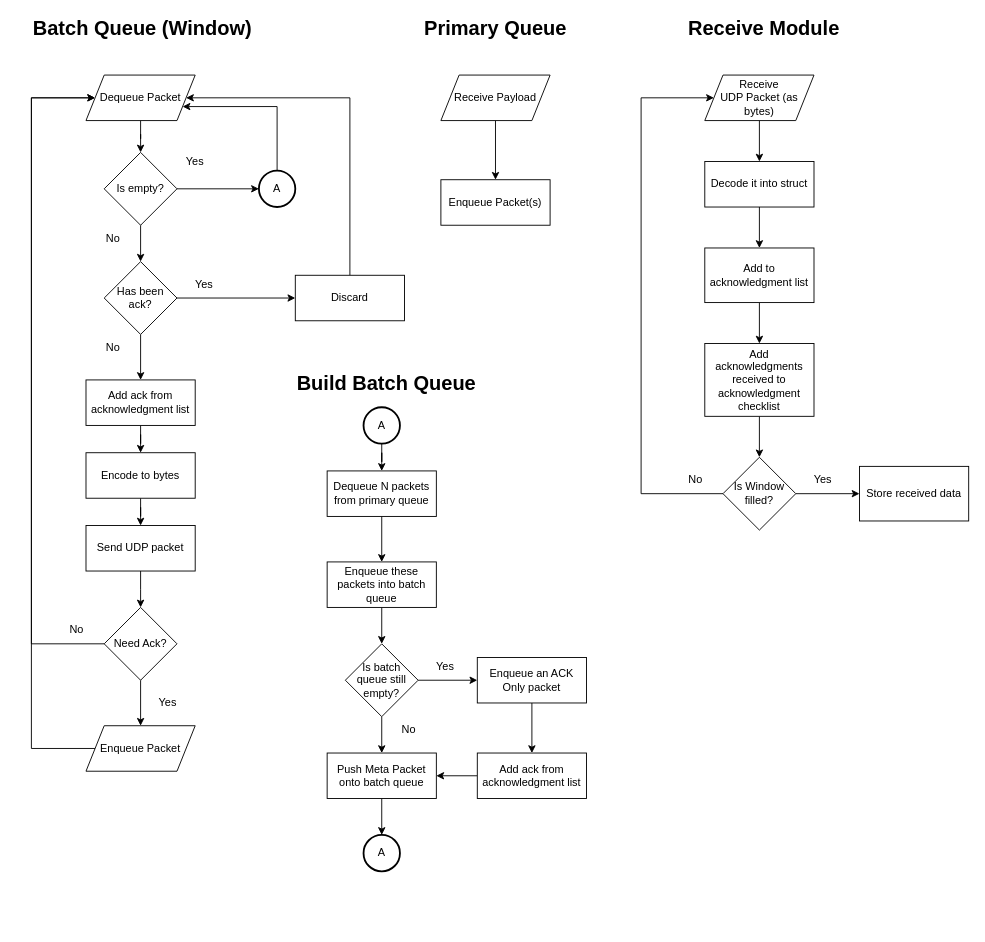
The draw.io diagram page "Queue" (3 of 4) of Software-Architecture.drawio in Prototype-Aether/Prototype-Aether, before the edit. Source tidied: cells renumbered, new cells numbered last; positions are measured from the earlier drawing's top-left corner, leaving out a move shared by most shapes. Both pictures are drawn from the tidied source at 91%, with x=0, y=0 at pixel (31, 15).
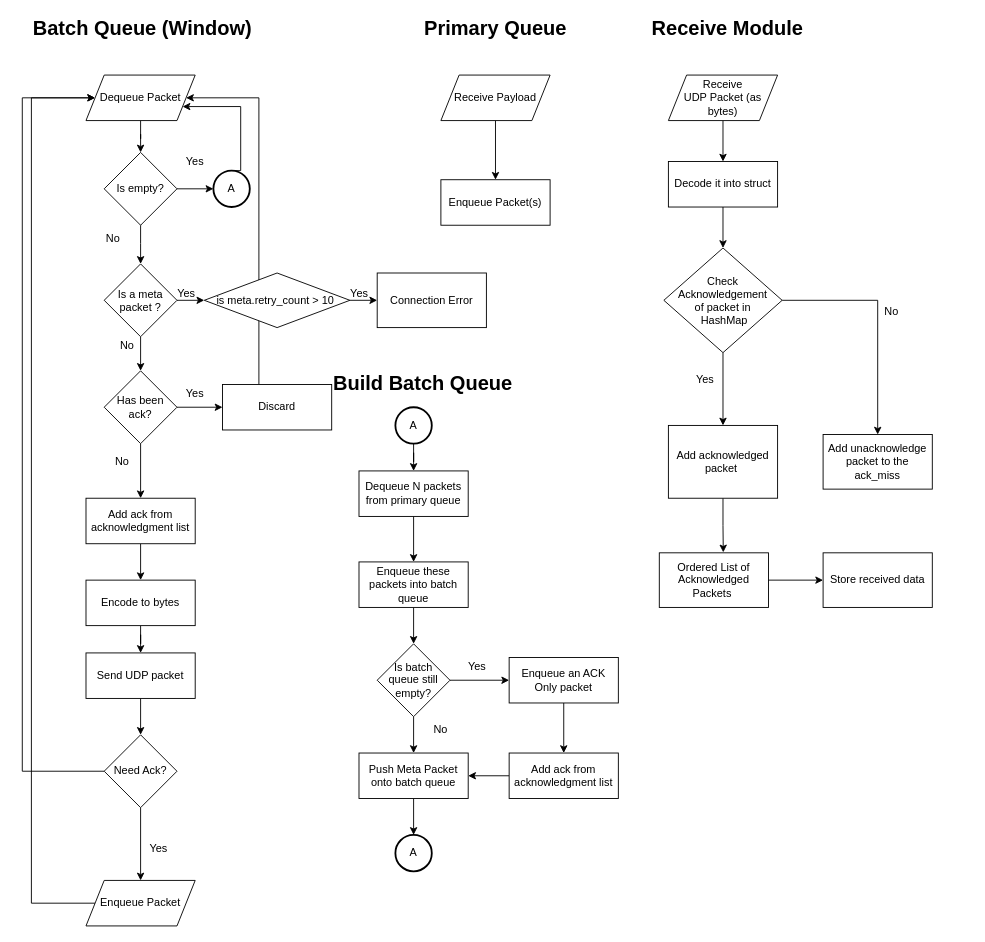
After the change.

Unchanged cells that the change refers to:
```xml
<mxCell id="3" value="Dequeue Packet" style="shape=parallelogram;perimeter=parallelogramPerimeter;whiteSpace=wrap;html=1;fixedSize=1;" parent="1" vertex="1">
  <mxGeometry x="60" y="65" width="120" height="50" as="geometry" />
</mxCell>
<mxCell id="19" value="Is empty?" style="rhombus;whiteSpace=wrap;html=1;" parent="1" vertex="1">
  <mxGeometry x="80" y="150" width="80" height="80" as="geometry" />
</mxCell>
<mxCell id="20" value="No" style="text;html=1;strokeColor=none;fillColor=none;align=center;verticalAlign=middle;whiteSpace=wrap;rounded=0;" parent="1" vertex="1">
  <mxGeometry x="60" y="230" width="60" height="30" as="geometry" />
</mxCell>
```

The edit, as a diff of the source:
```diff
@@
-    <mxCell id="6" value="Has been ack?" style="rhombus;whiteSpace=wrap;html=1;" parent="1" vertex="1">
-      <mxGeometry x="80" y="270" width="80" height="80" as="geometry" />
-    </mxCell>
     <mxCell id="7" style="edgeStyle=orthogonalEdgeStyle;rounded=0;jettySize=auto;html=1;entryX=1;entryY=0.5;entryDx=0;entryDy=0;" parent="1" edge="1" source="8" target="3">
       <mxGeometry relative="1" as="geometry">
         <Array as="points">
-          <mxPoint x="350" y="90" />
+          <mxPoint x="250" y="90" />
         </Array>
       </mxGeometry>
     </mxCell>
     <mxCell id="8" value="Discard" style="whiteSpace=wrap;html=1;" parent="1" vertex="1">
-      <mxGeometry x="290" y="285" width="120" height="50" as="geometry" />
+      <mxGeometry x="210" y="405" width="120" height="50" as="geometry" />
     </mxCell>
@@
     <mxCell id="10" value="Encode to bytes" style="whiteSpace=wrap;html=1;" parent="1" vertex="1">
-      <mxGeometry x="60" y="480" width="120" height="50" as="geometry" />
+      <mxGeometry x="60" y="620" width="120" height="50" as="geometry" />
     </mxCell>
     <mxCell id="11" value="Yes" style="text;html=1;strokeColor=none;fillColor=none;align=center;verticalAlign=middle;whiteSpace=wrap;rounded=0;" parent="1" vertex="1">
-      <mxGeometry x="160" y="280" width="60" height="30" as="geometry" />
+      <mxGeometry x="150" y="400" width="60" height="30" as="geometry" />
     </mxCell>
     <mxCell id="12" value="No" style="text;html=1;strokeColor=none;fillColor=none;align=center;verticalAlign=middle;whiteSpace=wrap;rounded=0;" parent="1" vertex="1">
-      <mxGeometry x="60" y="350" width="60" height="30" as="geometry" />
+      <mxGeometry x="70" y="475" width="60" height="30" as="geometry" />
     </mxCell>
-    <mxCell id="13" style="edgeStyle=orthogonalEdgeStyle;rounded=0;jettySize=auto;html=1;" parent="1" edge="1" source="14">
-      <mxGeometry relative="1" as="geometry">
-        <mxPoint x="120" y="650" as="targetPoint" />
-      </mxGeometry>
-    </mxCell>
+    <mxCell id="70" style="edgeStyle=orthogonalEdgeStyle;rounded=0;jettySize=auto;html=1;exitX=0.5;exitY=1;exitDx=0;exitDy=0;entryX=0.5;entryY=0;entryDx=0;entryDy=0;" parent="1" edge="1" source="14" target="47">
+      <mxGeometry relative="1" as="geometry" />
+    </mxCell>
     <mxCell id="14" value="Send UDP packet" style="whiteSpace=wrap;html=1;" parent="1" vertex="1">
-      <mxGeometry x="60" y="560" width="120" height="50" as="geometry" />
+      <mxGeometry x="60" y="700" width="120" height="50" as="geometry" />
     </mxCell>
     <mxCell id="15" style="edgeStyle=orthogonalEdgeStyle;rounded=0;jettySize=auto;html=1;entryX=0;entryY=0.5;entryDx=0;entryDy=0;" parent="1" edge="1" source="16" target="3">
       <mxGeometry relative="1" as="geometry">
         <Array as="points">
-          <mxPoint y="805" />
+          <mxPoint y="975" />
           <mxPoint y="90" />
         </Array>
       </mxGeometry>
     </mxCell>
     <mxCell id="16" value="Enqueue Packet" style="shape=parallelogram;perimeter=parallelogramPerimeter;whiteSpace=wrap;html=1;fixedSize=1;" parent="1" vertex="1">
-      <mxGeometry x="60" y="780" width="120" height="50" as="geometry" />
+      <mxGeometry x="60" y="950" width="120" height="50" as="geometry" />
     </mxCell>
@@
-    <mxCell id="18" style="edgeStyle=orthogonalEdgeStyle;rounded=0;jettySize=auto;html=1;fontSize=12;entryX=0.5;entryY=0;entryDx=0;entryDy=0;" parent="1" edge="1" source="19" target="6">
-      <mxGeometry relative="1" as="geometry" />
-    </mxCell>
@@
+    <mxCell id="71" style="edgeStyle=orthogonalEdgeStyle;rounded=0;jettySize=auto;html=1;exitX=1;exitY=0;exitDx=0;exitDy=0;entryX=0.5;entryY=0;entryDx=0;entryDy=0;" parent="1" edge="1" source="20" target="85">
+      <mxGeometry relative="1" as="geometry">
+        <Array as="points">
+          <mxPoint x="120" y="250" />
+          <mxPoint x="120" y="250" />
+        </Array>
+      </mxGeometry>
+    </mxCell>
@@
     <mxCell id="21" style="edgeStyle=orthogonalEdgeStyle;rounded=0;jettySize=auto;html=1;entryX=1;entryY=0.75;entryDx=0;entryDy=0;exitX=0.5;exitY=0;exitDx=0;exitDy=0;exitPerimeter=0;" parent="1" edge="1" source="69" target="3">
       <mxGeometry relative="1" as="geometry">
         <Array as="points">
-          <mxPoint x="270" y="100" />
+          <mxPoint x="230" y="170" />
+          <mxPoint x="230" y="100" />
         </Array>
       </mxGeometry>
     </mxCell>
@@
-    <mxCell id="27" value="Receive Module" style="text;html=1;strokeColor=none;fillColor=none;align=left;verticalAlign=middle;whiteSpace=wrap;rounded=0;fontStyle=1;fontSize=22;" parent="1" vertex="1">
-      <mxGeometry x="720" width="190" height="30" as="geometry" />
-    </mxCell>
-    <mxCell id="28" style="edgeStyle=orthogonalEdgeStyle;rounded=0;jettySize=auto;html=1;" parent="1" edge="1" source="29" target="30">
-      <mxGeometry relative="1" as="geometry" />
-    </mxCell>
-    <mxCell id="29" value="Receive&lt;br&gt;UDP Packet (as bytes)" style="shape=parallelogram;perimeter=parallelogramPerimeter;whiteSpace=wrap;html=1;fixedSize=1;" parent="1" vertex="1">
-      <mxGeometry x="740" y="65" width="120" height="50" as="geometry" />
-    </mxCell>
-    <mxCell id="30" value="Decode it into struct" style="whiteSpace=wrap;html=1;" parent="1" vertex="1">
-      <mxGeometry x="740" y="160" width="120" height="50" as="geometry" />
-    </mxCell>
@@
-    <mxCell id="32" style="edgeStyle=orthogonalEdgeStyle;rounded=0;jettySize=auto;html=1;fontSize=12;exitX=0.5;exitY=1;exitDx=0;exitDy=0;" parent="1" edge="1" source="30" target="35">
-      <mxGeometry relative="1" as="geometry" />
-    </mxCell>
-    <mxCell id="33" style="edgeStyle=orthogonalEdgeStyle;rounded=0;jettySize=auto;html=1;fontSize=12;exitX=0.5;exitY=1;exitDx=0;exitDy=0;" parent="1" edge="1" source="44" target="38">
-      <mxGeometry relative="1" as="geometry" />
-    </mxCell>
-    <mxCell id="34" style="edgeStyle=orthogonalEdgeStyle;rounded=0;jettySize=auto;html=1;entryX=0.5;entryY=0;entryDx=0;entryDy=0;" parent="1" edge="1" source="35" target="44">
-      <mxGeometry relative="1" as="geometry" />
-    </mxCell>
-    <mxCell id="35" value="Add to acknowledgment list" style="whiteSpace=wrap;html=1;" parent="1" vertex="1">
-      <mxGeometry x="740" y="255" width="120" height="60" as="geometry" />
-    </mxCell>
-    <mxCell id="36" style="edgeStyle=orthogonalEdgeStyle;rounded=0;jettySize=auto;html=1;fontSize=12;" parent="1" edge="1" source="38" target="39">
-      <mxGeometry relative="1" as="geometry" />
-    </mxCell>
-    <mxCell id="37" style="edgeStyle=orthogonalEdgeStyle;rounded=0;jettySize=auto;html=1;fontSize=12;entryX=0;entryY=0.5;entryDx=0;entryDy=0;" parent="1" edge="1" source="38" target="29">
+    <mxCell id="37" style="edgeStyle=orthogonalEdgeStyle;rounded=0;orthogonalLoop=1;jettySize=auto;html=1;fontSize=12;entryX=0;entryY=0.5;entryDx=0;entryDy=0;" parent="1" edge="1">
       <mxGeometry relative="1" as="geometry">
+        <mxPoint x="750" y="90" as="targetPoint" />
         <Array as="points">
           <mxPoint x="670" y="525" />
           <mxPoint x="670" y="90" />
         </Array>
       </mxGeometry>
     </mxCell>
-    <mxCell id="38" value="Is Window filled?" style="rhombus;whiteSpace=wrap;html=1;" parent="1" vertex="1">
-      <mxGeometry x="760" y="485" width="80" height="80" as="geometry" />
-    </mxCell>
-    <mxCell id="39" value="Store received data" style="whiteSpace=wrap;html=1;" parent="1" vertex="1">
-      <mxGeometry x="910" y="495" width="120" height="60" as="geometry" />
-    </mxCell>
-    <mxCell id="40" value="No" style="text;html=1;strokeColor=none;fillColor=none;align=center;verticalAlign=middle;whiteSpace=wrap;rounded=0;fontSize=12;" parent="1" vertex="1">
-      <mxGeometry x="700" y="495" width="60" height="30" as="geometry" />
-    </mxCell>
-    <mxCell id="41" value="Yes" style="text;html=1;strokeColor=none;fillColor=none;align=center;verticalAlign=middle;whiteSpace=wrap;rounded=0;fontSize=12;" parent="1" vertex="1">
-      <mxGeometry x="840" y="495" width="60" height="30" as="geometry" />
-    </mxCell>
@@
     <mxCell id="43" value="Add ack from acknowledgment list" style="whiteSpace=wrap;html=1;" parent="1" vertex="1">
-      <mxGeometry x="60" y="400" width="120" height="50" as="geometry" />
+      <mxGeometry x="60" y="530" width="120" height="50" as="geometry" />
     </mxCell>
-    <mxCell id="44" value="Add acknowledgments received to acknowledgment checklist" style="whiteSpace=wrap;html=1;" parent="1" vertex="1">
-      <mxGeometry x="740" y="360" width="120" height="80" as="geometry" />
-    </mxCell>
@@
-    <mxCell id="46" style="edgeStyle=orthogonalEdgeStyle;rounded=0;jettySize=auto;html=1;entryX=0;entryY=0.5;entryDx=0;entryDy=0;" parent="1" edge="1" source="47" target="3">
+    <mxCell id="46" style="edgeStyle=orthogonalEdgeStyle;rounded=0;jettySize=auto;html=1;exitX=0;exitY=0.5;exitDx=0;exitDy=0;" parent="1" edge="1" source="47" target="3">
       <mxGeometry relative="1" as="geometry">
         <Array as="points">
-          <mxPoint y="690" />
-          <mxPoint y="90" />
+          <mxPoint x="-10" y="830" />
+          <mxPoint x="-10" y="90" />
         </Array>
       </mxGeometry>
     </mxCell>
     <mxCell id="47" value="Need Ack?" style="rhombus;whiteSpace=wrap;html=1;" parent="1" vertex="1">
-      <mxGeometry x="80" y="650" width="80" height="80" as="geometry" />
+      <mxGeometry x="80" y="790" width="80" height="80" as="geometry" />
     </mxCell>
     <mxCell id="48" value="Yes" style="text;html=1;strokeColor=none;fillColor=none;align=center;verticalAlign=middle;whiteSpace=wrap;rounded=0;" parent="1" vertex="1">
-      <mxGeometry x="120" y="740" width="60" height="30" as="geometry" />
+      <mxGeometry x="110" y="900" width="60" height="30" as="geometry" />
     </mxCell>
-    <mxCell id="49" value="No" style="text;html=1;strokeColor=none;fillColor=none;align=center;verticalAlign=middle;whiteSpace=wrap;rounded=0;" parent="1" vertex="1">
-      <mxGeometry x="20" y="660" width="60" height="30" as="geometry" />
-    </mxCell>
     <mxCell id="50" value="Build Batch Queue" style="text;html=1;strokeColor=none;fillColor=none;align=left;verticalAlign=middle;whiteSpace=wrap;rounded=0;fontStyle=1;fontSize=22;" parent="1" vertex="1">
-      <mxGeometry x="290" y="390" width="270" height="30" as="geometry" />
+      <mxGeometry x="330" y="390" width="270" height="30" as="geometry" />
     </mxCell>
@@
     <mxCell id="52" value="Dequeue N packets from primary queue" style="whiteSpace=wrap;html=1;" parent="1" vertex="1">
-      <mxGeometry x="325" y="500" width="120" height="50" as="geometry" />
+      <mxGeometry x="360" y="500" width="120" height="50" as="geometry" />
     </mxCell>
@@
     <mxCell id="54" value="Enqueue these packets into batch queue" style="whiteSpace=wrap;html=1;" parent="1" vertex="1">
-      <mxGeometry x="325" y="600" width="120" height="50" as="geometry" />
+      <mxGeometry x="360" y="600" width="120" height="50" as="geometry" />
     </mxCell>
@@
     <mxCell id="57" value="Is batch queue still empty?" style="rhombus;whiteSpace=wrap;html=1;" parent="1" vertex="1">
-      <mxGeometry x="345" y="690" width="80" height="80" as="geometry" />
+      <mxGeometry x="380" y="690" width="80" height="80" as="geometry" />
     </mxCell>
@@
     <mxCell id="59" value="Enqueue an ACK Only packet" style="whiteSpace=wrap;html=1;" parent="1" vertex="1">
-      <mxGeometry x="490" y="705" width="120" height="50" as="geometry" />
+      <mxGeometry x="525" y="705" width="120" height="50" as="geometry" />
     </mxCell>
@@
     <mxCell id="61" value="Add ack from acknowledgment list" style="whiteSpace=wrap;html=1;" parent="1" vertex="1">
-      <mxGeometry x="490" y="810" width="120" height="50" as="geometry" />
+      <mxGeometry x="525" y="810" width="120" height="50" as="geometry" />
     </mxCell>
@@
     <mxCell id="63" value="Push Meta Packet onto batch queue" style="whiteSpace=wrap;html=1;" parent="1" vertex="1">
-      <mxGeometry x="325" y="810" width="120" height="50" as="geometry" />
+      <mxGeometry x="360" y="810" width="120" height="50" as="geometry" />
     </mxCell>
     <mxCell id="64" value="Yes" style="text;html=1;strokeColor=none;fillColor=none;align=center;verticalAlign=middle;whiteSpace=wrap;rounded=0;" parent="1" vertex="1">
-      <mxGeometry x="425" y="700" width="60" height="30" as="geometry" />
+      <mxGeometry x="460" y="700" width="60" height="30" as="geometry" />
     </mxCell>
     <mxCell id="65" value="No" style="text;html=1;strokeColor=none;fillColor=none;align=center;verticalAlign=middle;whiteSpace=wrap;rounded=0;" parent="1" vertex="1">
-      <mxGeometry x="385" y="770" width="60" height="30" as="geometry" />
+      <mxGeometry x="420" y="770" width="60" height="30" as="geometry" />
     </mxCell>
@@
     <mxCell id="67" value="A" style="strokeWidth=2;html=1;shape=mxgraph.flowchart.start_2;whiteSpace=wrap;" parent="1" vertex="1">
-      <mxGeometry x="365" y="430" width="40" height="40" as="geometry" />
+      <mxGeometry x="400" y="430" width="40" height="40" as="geometry" />
     </mxCell>
     <mxCell id="68" value="A" style="strokeWidth=2;html=1;shape=mxgraph.flowchart.start_2;whiteSpace=wrap;" parent="1" vertex="1">
-      <mxGeometry x="365" y="900" width="40" height="40" as="geometry" />
+      <mxGeometry x="400" y="900" width="40" height="40" as="geometry" />
     </mxCell>
     <mxCell id="69" value="A" style="strokeWidth=2;html=1;shape=mxgraph.flowchart.start_2;whiteSpace=wrap;" parent="1" vertex="1">
-      <mxGeometry x="250" y="170" width="40" height="40" as="geometry" />
+      <mxGeometry x="200" y="170" width="40" height="40" as="geometry" />
     </mxCell>
+    <mxCell id="27" value="Receive Module" style="text;html=1;strokeColor=none;fillColor=none;align=left;verticalAlign=middle;whiteSpace=wrap;rounded=0;fontStyle=1;fontSize=22;" parent="1" vertex="1">
+      <mxGeometry x="680" width="190" height="30" as="geometry" />
+    </mxCell>
+    <mxCell id="28" style="edgeStyle=orthogonalEdgeStyle;rounded=0;jettySize=auto;html=1;" parent="1" edge="1" source="29" target="30">
+      <mxGeometry relative="1" as="geometry" />
+    </mxCell>
+    <mxCell id="29" value="Receive&lt;br&gt;UDP Packet (as bytes)" style="shape=parallelogram;perimeter=parallelogramPerimeter;whiteSpace=wrap;html=1;fixedSize=1;" parent="1" vertex="1">
+      <mxGeometry x="700" y="65" width="120" height="50" as="geometry" />
+    </mxCell>
+    <mxCell id="30" value="Decode it into struct" style="whiteSpace=wrap;html=1;" parent="1" vertex="1">
+      <mxGeometry x="700" y="160" width="120" height="50" as="geometry" />
+    </mxCell>
+    <mxCell id="72" style="edgeStyle=orthogonalEdgeStyle;rounded=0;jettySize=auto;html=1;fontSize=12;exitX=0.5;exitY=1;exitDx=0;exitDy=0;entryX=0.5;entryY=0;entryDx=0;entryDy=0;" parent="1" edge="1" source="30" target="81">
+      <mxGeometry relative="1" as="geometry" />
+    </mxCell>
+    <mxCell id="73" style="edgeStyle=orthogonalEdgeStyle;rounded=0;jettySize=auto;html=1;fontSize=12;exitX=0.5;exitY=1;exitDx=0;exitDy=0;entryX=0.586;entryY=-0.008;entryDx=0;entryDy=0;entryPerimeter=0;" parent="1" edge="1" source="75" target="82">
+      <mxGeometry relative="1" as="geometry" />
+    </mxCell>
+    <mxCell id="74" style="edgeStyle=orthogonalEdgeStyle;rounded=0;orthogonalLoop=1;jettySize=auto;html=1;fontSize=12;" parent="1" edge="1">
+      <mxGeometry relative="1" as="geometry">
+        <mxPoint x="800" y="620" as="sourcePoint" />
+        <mxPoint x="870" y="620" as="targetPoint" />
+      </mxGeometry>
+    </mxCell>
+    <mxCell id="39" value="Store received data" style="whiteSpace=wrap;html=1;" parent="1" vertex="1">
+      <mxGeometry x="870" y="590" width="120" height="60" as="geometry" />
+    </mxCell>
+    <mxCell id="75" value="Add acknowledged packet&amp;nbsp;" style="whiteSpace=wrap;html=1;" parent="1" vertex="1">
+      <mxGeometry x="700" y="450" width="120" height="80" as="geometry" />
+    </mxCell>
+    <mxCell id="76" value="Add unacknowledge packet to the ack_miss" style="whiteSpace=wrap;html=1;" parent="1" vertex="1">
+      <mxGeometry x="870" y="460" width="120" height="60" as="geometry" />
+    </mxCell>
+    <mxCell id="77" value="No" style="text;html=1;align=center;verticalAlign=middle;strokeColor=none;fillColor=none;" parent="1" vertex="1">
+      <mxGeometry x="930" y="315" width="30" height="20" as="geometry" />
+    </mxCell>
+    <mxCell id="78" value="Yes" style="text;html=1;align=center;verticalAlign=middle;strokeColor=none;fillColor=none;" parent="1" vertex="1">
+      <mxGeometry x="720" y="390" width="40" height="20" as="geometry" />
+    </mxCell>
+    <mxCell id="79" style="edgeStyle=orthogonalEdgeStyle;rounded=0;jettySize=auto;html=1;exitX=1;exitY=0.5;exitDx=0;exitDy=0;" parent="1" edge="1" source="81" target="76">
+      <mxGeometry relative="1" as="geometry" />
+    </mxCell>
+    <mxCell id="80" style="edgeStyle=orthogonalEdgeStyle;rounded=0;jettySize=auto;html=1;exitX=0.5;exitY=1;exitDx=0;exitDy=0;" parent="1" edge="1" source="81" target="75">
+      <mxGeometry relative="1" as="geometry" />
+    </mxCell>
+    <mxCell id="81" value="&lt;span&gt;Check &lt;br&gt;Acknowledgement &lt;br&gt;of packet in&lt;br&gt;&amp;nbsp;HashMap&lt;/span&gt;" style="rhombus;whiteSpace=wrap;html=1;" parent="1" vertex="1">
+      <mxGeometry x="695" y="255" width="130" height="115" as="geometry" />
+    </mxCell>
+    <mxCell id="82" value="Ordered List of Acknowledged Packets&amp;nbsp;" style="whiteSpace=wrap;html=1;" parent="1" vertex="1">
+      <mxGeometry x="690" y="590" width="120" height="60" as="geometry" />
+    </mxCell>
+    <mxCell id="83" style="edgeStyle=orthogonalEdgeStyle;rounded=0;jettySize=auto;html=1;exitX=1;exitY=0.5;exitDx=0;exitDy=0;entryX=0;entryY=0.5;entryDx=0;entryDy=0;" parent="1" edge="1" source="85" target="87">
+      <mxGeometry relative="1" as="geometry" />
+    </mxCell>
+    <mxCell id="84" style="edgeStyle=orthogonalEdgeStyle;rounded=0;jettySize=auto;html=1;exitX=0.5;exitY=1;exitDx=0;exitDy=0;entryX=0.5;entryY=0;entryDx=0;entryDy=0;" parent="1" edge="1" source="85" target="6">
+      <mxGeometry relative="1" as="geometry" />
+    </mxCell>
+    <mxCell id="85" value="Is a meta packet ?" style="rhombus;whiteSpace=wrap;html=1;" parent="1" vertex="1">
+      <mxGeometry x="80" y="272.5" width="80" height="80" as="geometry" />
+    </mxCell>
+    <mxCell id="86" style="edgeStyle=orthogonalEdgeStyle;rounded=0;jettySize=auto;html=1;exitX=1;exitY=0.5;exitDx=0;exitDy=0;entryX=0;entryY=0.5;entryDx=0;entryDy=0;" parent="1" edge="1" source="87" target="88">
+      <mxGeometry relative="1" as="geometry" />
+    </mxCell>
+    <mxCell id="87" value="is meta.retry_count &amp;gt; 10&amp;nbsp;" style="rhombus;whiteSpace=wrap;html=1;" parent="1" vertex="1">
+      <mxGeometry x="190" y="282.5" width="160" height="60" as="geometry" />
+    </mxCell>
+    <mxCell id="88" value="Connection Error" style="rounded=0;whiteSpace=wrap;html=1;" parent="1" vertex="1">
+      <mxGeometry x="380" y="282.5" width="120" height="60" as="geometry" />
+    </mxCell>
+    <mxCell id="89" value="Yes" style="text;html=1;align=center;verticalAlign=middle;strokeColor=none;fillColor=none;" parent="1" vertex="1">
+      <mxGeometry x="150" y="295" width="40" height="20" as="geometry" />
+    </mxCell>
+    <mxCell id="90" value="No" style="text;html=1;align=center;verticalAlign=middle;strokeColor=none;fillColor=none;" parent="1" vertex="1">
+      <mxGeometry x="90" y="352.5" width="30" height="20" as="geometry" />
+    </mxCell>
+    <mxCell id="6" value="Has been ack?" style="rhombus;whiteSpace=wrap;html=1;" parent="1" vertex="1">
+      <mxGeometry x="80" y="390" width="80" height="80" as="geometry" />
+    </mxCell>
+    <mxCell id="91" value="Yes" style="text;html=1;align=center;verticalAlign=middle;strokeColor=none;fillColor=none;" parent="1" vertex="1">
+      <mxGeometry x="340" y="295" width="40" height="20" as="geometry" />
+    </mxCell>
```
